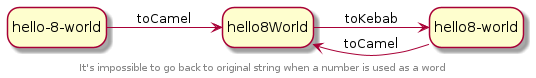
This is docs/images/number-problem.png from jawira/case-converter, a PlantUML export, as it was before one commit. The source it was exported from:
```plantuml
@startuml
left to right direction
hide empty description

state "hello-8-world" as state1
state "hello8World" as state2
state "hello8-world" as state3

state1 --> state2: toCamel
state2 --> state3: toKebab
state3 --> state2: toCamel
}

center footer It's impossible to go back to original string when a number is used as a word
@enduml
```
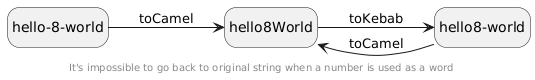
After the change.

What changed in the source:
```diff
@@ -9,7 +9,6 @@
 state1 --> state2: toCamel
 state2 --> state3: toKebab
 state3 --> state2: toCamel
-}
 
 center footer It's impossible to go back to original string when a number is used as a word
 @enduml
```
